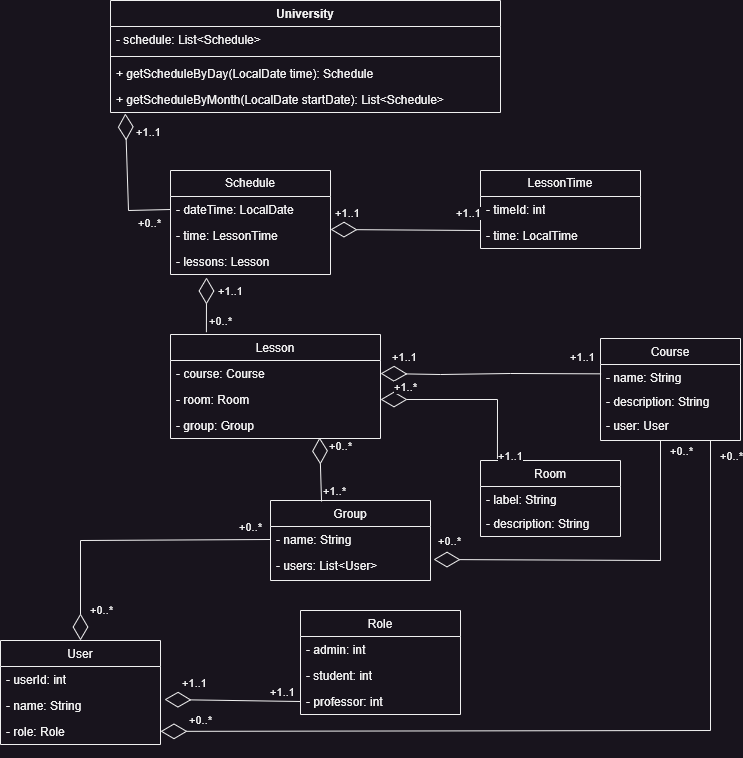
The draw.io diagram uml.drawio.png in root-n1rvana/university-schedule, before a commit. Source tidied: cells renumbered, new cells last; positions are measured from the earlier drawing's top-left corner, leaving out a move shared by most shapes.
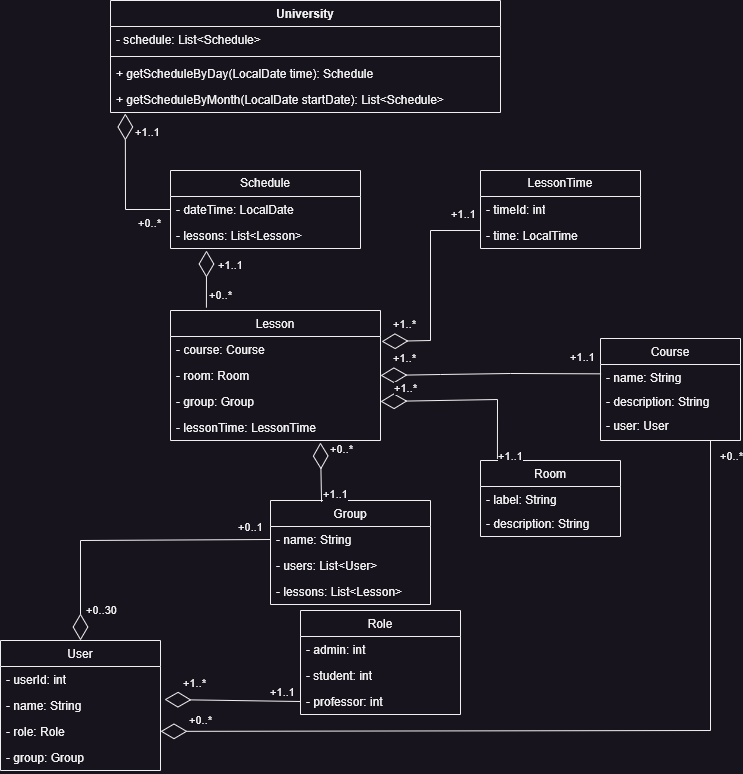
Later version of the same file.

The edit, as a diff of the source:
```diff
@@ -3,7 +3,7 @@
     <mxCell id="0" />
     <mxCell id="1" parent="0" />
     <mxCell id="2" value="Lesson" style="swimlane;fontStyle=0;align=center;verticalAlign=top;horizontal=1;startSize=26;rounded=0;shadow=0;strokeWidth=1;" parent="1" vertex="1">
-      <mxGeometry x="170" y="334" width="210" height="104" as="geometry" />
+      <mxGeometry x="170" y="310" width="210" height="130" as="geometry" />
     </mxCell>
     <mxCell id="3" value="- course: Course" style="text;align=left;verticalAlign=top;spacingLeft=4;spacingRight=4;overflow=hidden;points=[[0,0.5],[1,0.5]];portConstraint=eastwest;" parent="2" vertex="1">
       <mxGeometry y="26" width="210" height="26" as="geometry" />
@@ -14,8 +14,11 @@
     <mxCell id="5" value="- group: Group" style="text;align=left;verticalAlign=top;spacingLeft=4;spacingRight=4;overflow=hidden;points=[[0,0.5],[1,0.5]];portConstraint=eastwest;rounded=0;shadow=0;html=0;" parent="2" vertex="1">
       <mxGeometry y="78" width="210" height="26" as="geometry" />
     </mxCell>
+    <mxCell id="66" value="- lessonTime: LessonTime" style="text;align=left;verticalAlign=top;spacingLeft=4;spacingRight=4;overflow=hidden;points=[[0,0.5],[1,0.5]];portConstraint=eastwest;rounded=0;shadow=0;html=0;" parent="2" vertex="1">
+      <mxGeometry y="104" width="210" height="26" as="geometry" />
+    </mxCell>
     <mxCell id="6" value="Group" style="swimlane;fontStyle=0;align=center;verticalAlign=top;horizontal=1;startSize=26;rounded=0;shadow=0;strokeWidth=1;" parent="1" vertex="1">
-      <mxGeometry x="270" y="500" width="160" height="80" as="geometry" />
+      <mxGeometry x="270" y="500" width="160" height="104" as="geometry" />
     </mxCell>
     <mxCell id="7" value="- name: String" style="text;align=left;verticalAlign=top;spacingLeft=4;spacingRight=4;overflow=hidden;points=[[0,0.5],[1,0.5]];portConstraint=eastwest;" parent="6" vertex="1">
       <mxGeometry y="26" width="160" height="26" as="geometry" />
@@ -23,6 +26,9 @@
     <mxCell id="8" value="- users: List&lt;User&gt;" style="text;align=left;verticalAlign=top;spacingLeft=4;spacingRight=4;overflow=hidden;points=[[0,0.5],[1,0.5]];portConstraint=eastwest;" parent="6" vertex="1">
       <mxGeometry y="52" width="160" height="26" as="geometry" />
     </mxCell>
+    <mxCell id="67" value="- lessons: List&lt;Lesson&gt;" style="text;align=left;verticalAlign=top;spacingLeft=4;spacingRight=4;overflow=hidden;" parent="6" vertex="1">
+      <mxGeometry y="78" width="160" height="26" as="geometry" />
+    </mxCell>
     <mxCell id="9" value="Room" style="swimlane;fontStyle=0;align=center;verticalAlign=top;horizontal=1;startSize=26;rounded=0;shadow=0;strokeWidth=1;" parent="1" vertex="1">
       <mxGeometry x="480" y="460" width="140" height="76" as="geometry" />
     </mxCell>
@@ -45,16 +51,13 @@
       <mxGeometry y="74" width="140" height="24" as="geometry" />
     </mxCell>
     <mxCell id="16" value="Schedule" style="swimlane;fontStyle=0;horizontal=1;startSize=26;fillColor=none;whiteSpace=wrap;html=1;" parent="1" vertex="1">
-      <mxGeometry x="170" y="170" width="160" height="104" as="geometry" />
+      <mxGeometry x="170" y="170" width="190" height="78" as="geometry" />
     </mxCell>
     <mxCell id="17" value="- dateTime: LocalDate" style="text;strokeColor=none;fillColor=none;align=left;verticalAlign=top;spacingLeft=4;spacingRight=4;overflow=hidden;points=[[0,0.5],[1,0.5]];portConstraint=eastwest;whiteSpace=wrap;html=1;" parent="16" vertex="1">
-      <mxGeometry y="26" width="160" height="26" as="geometry" />
+      <mxGeometry y="26" width="190" height="26" as="geometry" />
     </mxCell>
-    <mxCell id="18" value="- time: LessonTime" style="text;strokeColor=none;fillColor=none;align=left;verticalAlign=top;spacingLeft=4;spacingRight=4;overflow=hidden;points=[[0,0.5],[1,0.5]];portConstraint=eastwest;whiteSpace=wrap;html=1;" parent="16" vertex="1">
-      <mxGeometry y="52" width="160" height="26" as="geometry" />
-    </mxCell>
-    <mxCell id="19" value="- lessons: Lesson" style="text;strokeColor=none;fillColor=none;align=left;verticalAlign=top;spacingLeft=4;spacingRight=4;overflow=hidden;points=[[0,0.5],[1,0.5]];portConstraint=eastwest;whiteSpace=wrap;html=1;" parent="16" vertex="1">
-      <mxGeometry y="78" width="160" height="26" as="geometry" />
+    <mxCell id="19" value="- lessons: List&amp;lt;Lesson&amp;gt;" style="text;strokeColor=none;fillColor=none;align=left;verticalAlign=top;spacingLeft=4;spacingRight=4;overflow=hidden;points=[[0,0.5],[1,0.5]];portConstraint=eastwest;whiteSpace=wrap;html=1;" parent="16" vertex="1">
+      <mxGeometry y="52" width="190" height="26" as="geometry" />
     </mxCell>
     <mxCell id="20" value="University" style="swimlane;fontStyle=1;align=center;verticalAlign=top;horizontal=1;startSize=26;whiteSpace=wrap;html=1;" parent="1" vertex="1">
       <mxGeometry x="110" width="390" height="112" as="geometry" />
@@ -78,17 +81,17 @@
         </Array>
       </mxGeometry>
     </mxCell>
-    <mxCell id="26" value="+0..*" style="edgeLabel;html=1;align=center;verticalAlign=middle;" parent="25" vertex="1">
+    <mxCell id="26" value="+0..1" style="edgeLabel;html=1;align=center;verticalAlign=middle;" parent="25" vertex="1">
       <mxGeometry x="-0.76" y="-2" relative="1" as="geometry">
         <mxPoint x="15" y="-11" as="offset" />
       </mxGeometry>
     </mxCell>
-    <mxCell id="27" value="+0..*" style="edgeLabel;html=1;align=center;verticalAlign=middle;" parent="25" vertex="1">
+    <mxCell id="27" value="+0..30" style="edgeLabel;html=1;align=center;verticalAlign=middle;" parent="25" vertex="1">
       <mxGeometry x="0.76" y="1" relative="1" as="geometry">
         <mxPoint x="19" y="5" as="offset" />
       </mxGeometry>
     </mxCell>
-    <mxCell id="28" style="endArrow=diamondThin;endFill=0;endSize=24;html=1;rounded=0;entryX=1;entryY=0.5;entryDx=0;entryDy=0;exitX=0.004;exitY=0.389;exitDx=0;exitDy=0;exitPerimeter=0;" parent="1" edge="1" source="13" target="3">
+    <mxCell id="28" style="endArrow=diamondThin;endFill=0;endSize=24;html=1;rounded=0;entryX=1;entryY=0.5;entryDx=0;entryDy=0;exitX=0.004;exitY=0.389;exitDx=0;exitDy=0;exitPerimeter=0;" parent="1" edge="1" source="13" target="4">
       <mxGeometry relative="1" as="geometry">
         <Array as="points">
           <mxPoint x="510" y="373" />
@@ -96,7 +99,7 @@
         </Array>
       </mxGeometry>
     </mxCell>
-    <mxCell id="29" value="+1..1" style="edgeLabel;html=1;align=center;verticalAlign=middle;" parent="28" vertex="1">
+    <mxCell id="29" value="+1..*" style="edgeLabel;html=1;align=center;verticalAlign=middle;" parent="28" vertex="1">
       <mxGeometry x="0.79" y="-1" relative="1" as="geometry">
         <mxPoint y="-16" as="offset" />
       </mxGeometry>
@@ -106,7 +109,7 @@
         <mxPoint x="-1" y="-21" as="offset" />
       </mxGeometry>
     </mxCell>
-    <mxCell id="31" style="endArrow=diamondThin;endFill=0;endSize=24;html=1;rounded=0;exitX=0.121;exitY=-0.02;exitDx=0;exitDy=0;exitPerimeter=0;entryX=1;entryY=0.5;entryDx=0;entryDy=0;" parent="1" edge="1" source="9" target="4">
+    <mxCell id="31" style="endArrow=diamondThin;endFill=0;endSize=24;html=1;rounded=0;exitX=0.121;exitY=-0.02;exitDx=0;exitDy=0;exitPerimeter=0;entryX=1;entryY=0.5;entryDx=0;entryDy=0;" parent="1" edge="1" source="9" target="5">
       <mxGeometry relative="1" as="geometry">
         <Array as="points">
           <mxPoint x="497" y="399" />
@@ -123,8 +126,10 @@
         <mxPoint x="15" y="7" as="offset" />
       </mxGeometry>
     </mxCell>
-    <mxCell id="34" style="endArrow=diamondThin;endFill=0;endSize=24;html=1;rounded=0;entryX=0.225;entryY=1.115;entryDx=0;entryDy=0;entryPerimeter=0;exitX=0.171;exitY=-0.022;exitDx=0;exitDy=0;exitPerimeter=0;" parent="1" edge="1" source="2" target="19">
-      <mxGeometry relative="1" as="geometry" />
+    <mxCell id="34" style="endArrow=diamondThin;endFill=0;endSize=24;html=1;rounded=0;exitX=0.171;exitY=-0.022;exitDx=0;exitDy=0;exitPerimeter=0;" parent="1" edge="1" source="2">
+      <mxGeometry relative="1" as="geometry">
+        <mxPoint x="206" y="250" as="targetPoint" />
+      </mxGeometry>
     </mxCell>
     <mxCell id="35" value="+0..*" style="edgeLabel;html=1;align=center;verticalAlign=middle;" parent="34" vertex="1">
       <mxGeometry x="0.28" y="1" relative="1" as="geometry">
@@ -139,7 +144,7 @@
     <mxCell id="37" style="endArrow=diamondThin;endFill=0;endSize=24;html=1;rounded=0;entryX=0.038;entryY=1.038;entryDx=0;entryDy=0;entryPerimeter=0;exitX=0;exitY=0.5;exitDx=0;exitDy=0;" parent="1" edge="1" source="17" target="24">
       <mxGeometry relative="1" as="geometry">
         <Array as="points">
-          <mxPoint x="128" y="210" />
+          <mxPoint x="125" y="209" />
         </Array>
       </mxGeometry>
     </mxCell>
@@ -163,7 +168,7 @@
       <mxGeometry y="52" width="160" height="26" as="geometry" />
     </mxCell>
     <mxCell id="43" value="User" style="swimlane;fontStyle=0;align=center;verticalAlign=top;horizontal=1;startSize=26;rounded=0;shadow=0;strokeWidth=1;" parent="1" vertex="1">
-      <mxGeometry y="640" width="160" height="104" as="geometry" />
+      <mxGeometry y="640" width="160" height="130" as="geometry" />
     </mxCell>
     <mxCell id="44" value="- userId: int" style="text;align=left;verticalAlign=top;spacingLeft=4;spacingRight=4;overflow=hidden;" parent="43" vertex="1">
       <mxGeometry y="26" width="160" height="26" as="geometry" />
@@ -174,6 +179,9 @@
     <mxCell id="46" value="- role: Role" style="text;align=left;verticalAlign=top;spacingLeft=4;spacingRight=4;overflow=hidden;points=[[0,0.5],[1,0.5]];portConstraint=eastwest;" parent="43" vertex="1">
       <mxGeometry y="78" width="160" height="26" as="geometry" />
     </mxCell>
+    <mxCell id="68" value="- group: Group" style="text;align=left;verticalAlign=top;spacingLeft=4;spacingRight=4;overflow=hidden;" parent="43" vertex="1">
+      <mxGeometry y="104" width="160" height="26" as="geometry" />
+    </mxCell>
     <mxCell id="47" value="Role" style="swimlane;fontStyle=0;align=center;verticalAlign=top;horizontal=1;startSize=26;rounded=0;shadow=0;strokeWidth=1;" parent="1" vertex="1">
       <mxGeometry x="300" y="610" width="160" height="104" as="geometry" />
     </mxCell>
@@ -186,10 +194,15 @@
     <mxCell id="50" value="- professor: int" style="text;align=left;verticalAlign=top;spacingLeft=4;spacingRight=4;overflow=hidden;points=[[0,0.5],[1,0.5]];portConstraint=eastwest;" parent="47" vertex="1">
       <mxGeometry y="78" width="160" height="26" as="geometry" />
     </mxCell>
-    <mxCell id="51" style="endArrow=diamondThin;endFill=0;endSize=24;html=1;rounded=0;entryX=1;entryY=0.269;entryDx=0;entryDy=0;exitX=0.002;exitY=0.308;exitDx=0;exitDy=0;entryPerimeter=0;exitPerimeter=0;" parent="1" edge="1" source="42" target="18">
-      <mxGeometry relative="1" as="geometry" />
+    <mxCell id="51" style="endArrow=diamondThin;endFill=0;endSize=24;html=1;rounded=0;entryX=1.005;entryY=0.192;entryDx=0;entryDy=0;exitX=0.002;exitY=0.308;exitDx=0;exitDy=0;entryPerimeter=0;exitPerimeter=0;" parent="1" edge="1" source="42" target="3">
+      <mxGeometry relative="1" as="geometry">
+        <Array as="points">
+          <mxPoint x="430" y="230" />
+          <mxPoint x="430" y="340" />
+        </Array>
+      </mxGeometry>
     </mxCell>
-    <mxCell id="52" value="+1..1" style="edgeLabel;html=1;align=center;verticalAlign=middle;" parent="51" vertex="1">
+    <mxCell id="52" value="+1..*" style="edgeLabel;html=1;align=center;verticalAlign=middle;" parent="51" vertex="1">
       <mxGeometry x="0.79" y="-1" relative="1" as="geometry">
         <mxPoint y="-16" as="offset" />
       </mxGeometry>
@@ -202,7 +215,7 @@
     <mxCell id="54" style="endArrow=diamondThin;endFill=0;endSize=24;html=1;rounded=0;entryX=1.025;entryY=0.269;entryDx=0;entryDy=0;exitX=0;exitY=0.5;exitDx=0;exitDy=0;entryPerimeter=0;" parent="1" edge="1" source="50" target="45">
       <mxGeometry relative="1" as="geometry" />
     </mxCell>
-    <mxCell id="55" value="+1..1" style="edgeLabel;html=1;align=center;verticalAlign=middle;" parent="54" vertex="1">
+    <mxCell id="55" value="+1..*" style="edgeLabel;html=1;align=center;verticalAlign=middle;" parent="54" vertex="1">
       <mxGeometry x="0.79" y="-1" relative="1" as="geometry">
         <mxPoint x="14" y="-16" as="offset" />
       </mxGeometry>
@@ -212,10 +225,10 @@
         <mxPoint x="-7" y="-13" as="offset" />
       </mxGeometry>
     </mxCell>
-    <mxCell id="57" style="endArrow=diamondThin;endFill=0;endSize=24;html=1;rounded=0;entryX=0.71;entryY=0.962;entryDx=0;entryDy=0;entryPerimeter=0;exitX=0.319;exitY=0.013;exitDx=0;exitDy=0;exitPerimeter=0;" parent="1" edge="1" source="6" target="5">
+    <mxCell id="57" style="endArrow=diamondThin;endFill=0;endSize=24;html=1;rounded=0;entryX=0.714;entryY=1.077;entryDx=0;entryDy=0;entryPerimeter=0;exitX=0.319;exitY=0.013;exitDx=0;exitDy=0;exitPerimeter=0;" parent="1" edge="1" source="6" target="66">
       <mxGeometry relative="1" as="geometry" />
     </mxCell>
-    <mxCell id="58" value="+1..*" style="edgeLabel;html=1;align=center;verticalAlign=middle;" parent="57" vertex="1">
+    <mxCell id="58" value="+1..1" style="edgeLabel;html=1;align=center;verticalAlign=middle;" parent="57" vertex="1">
       <mxGeometry x="0.28" y="1" relative="1" as="geometry">
         <mxPoint x="15" y="30" as="offset" />
       </mxGeometry>
@@ -243,23 +256,5 @@
         <mxPoint x="19" as="offset" />
       </mxGeometry>
     </mxCell>
-    <mxCell id="63" style="endArrow=diamondThin;endFill=0;endSize=24;html=1;rounded=0;entryX=1.019;entryY=0.269;entryDx=0;entryDy=0;entryPerimeter=0;" parent="1" edge="1" target="8">
-      <mxGeometry relative="1" as="geometry">
-        <mxPoint x="660" y="440" as="sourcePoint" />
-        <Array as="points">
-          <mxPoint x="660" y="560" />
-        </Array>
-      </mxGeometry>
-    </mxCell>
-    <mxCell id="64" value="+0..*" style="edgeLabel;html=1;align=center;verticalAlign=middle;" parent="63" vertex="1">
-      <mxGeometry x="0.91" y="3" relative="1" as="geometry">
-        <mxPoint y="-22" as="offset" />
-      </mxGeometry>
-    </mxCell>
-    <mxCell id="65" value="+0..*" style="edgeLabel;html=1;align=center;verticalAlign=middle;" parent="63" vertex="1">
-      <mxGeometry x="-0.96" y="1" relative="1" as="geometry">
-        <mxPoint x="19" y="4" as="offset" />
-      </mxGeometry>
-    </mxCell>
   </root>
 </mxGraphModel>
```
